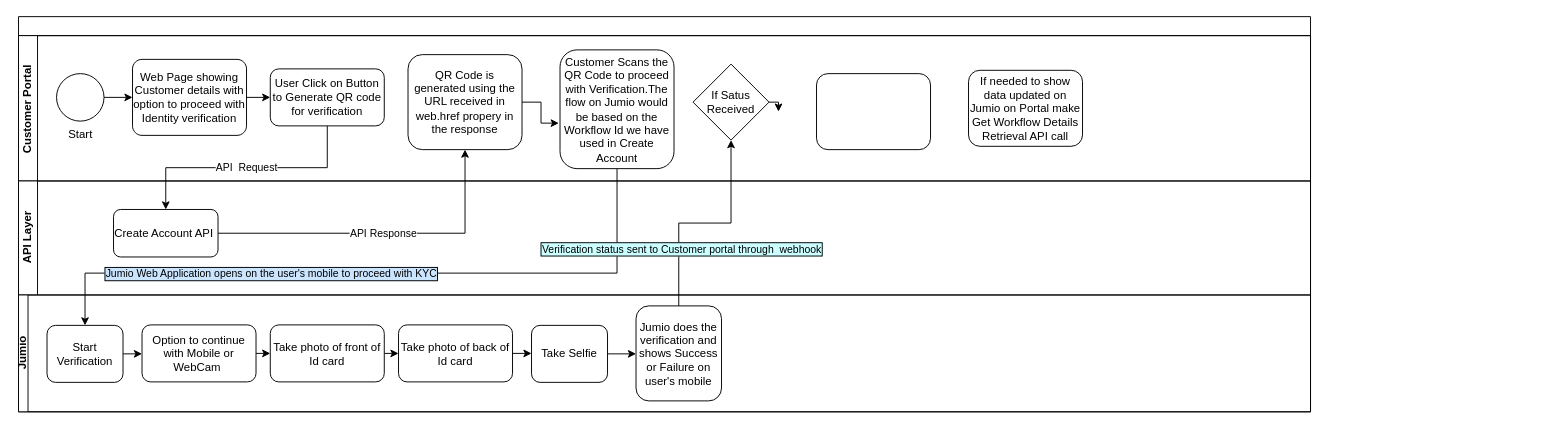
The draw.io diagram page "Page-1" (1 of 2) of Untitled Diagram.drawio in janmejayshah11/FirstRepo, before the edit. Source tidied: cells renumbered, new cells numbered last; positions are measured from the earlier drawing's top-left corner, leaving out a move shared by most shapes. Both pictures are drawn from the tidied source at 95%, with x=0, y=0 at pixel (18, 16).
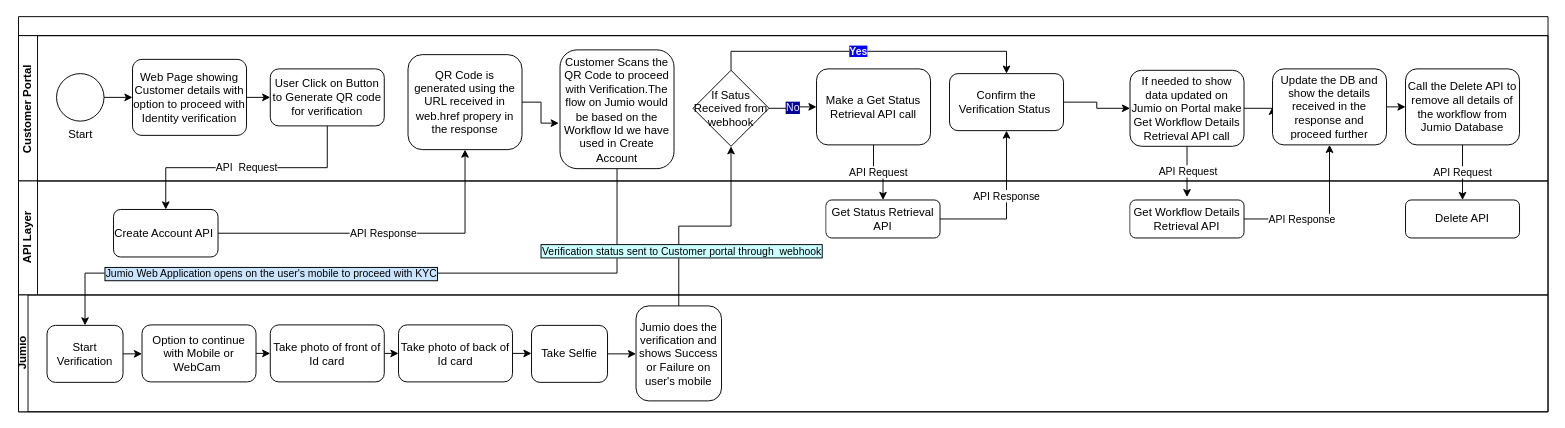
The same diagram, later.

What changed in the source:
```diff
@@
     <mxCell id="2" style="swimlane;html=1;horizontal=1;startSize=20;" parent="1" vertex="1">
-      <mxGeometry width="1360" height="416" as="geometry" />
+      <mxGeometry width="1610" height="416" as="geometry" />
     </mxCell>
@@
     <mxCell id="7" value="Customer Portal&amp;nbsp;" style="swimlane;html=1;startSize=20;horizontal=0;" parent="2" vertex="1">
-      <mxGeometry y="20" width="1360" height="153" as="geometry" />
+      <mxGeometry y="20" width="1610" height="153" as="geometry" />
     </mxCell>
@@
+    <mxCell id="36" value="No" style="edgeStyle=orthogonalEdgeStyle;rounded=0;jettySize=auto;html=1;exitX=1;exitY=0.5;exitDx=0;exitDy=0;entryX=0;entryY=0.5;entryDx=0;entryDy=0;labelBackgroundColor=#000099;fontColor=#F5F5F5;" parent="7" edge="1" source="16" target="40">
+      <mxGeometry relative="1" as="geometry" />
+    </mxCell>
-    <mxCell id="16" value="If Satus Received" style="rhombus;whiteSpace=wrap;html=1;labelBackgroundColor=none;labelBorderColor=none;" parent="7" vertex="1">
-      <mxGeometry x="710" y="30" width="80" height="80" as="geometry" />
+    <mxCell id="16" value="If Satus Received from webhook" style="rhombus;whiteSpace=wrap;html=1;labelBackgroundColor=none;labelBorderColor=none;" parent="7" vertex="1">
+      <mxGeometry x="710" y="36.5" width="80" height="80" as="geometry" />
     </mxCell>
+    <mxCell id="37" style="edgeStyle=orthogonalEdgeStyle;rounded=0;jettySize=auto;html=1;exitX=1;exitY=0.5;exitDx=0;exitDy=0;entryX=0;entryY=0.5;entryDx=0;entryDy=0;labelBackgroundColor=#FFFFFF;fontColor=#000000;" parent="7" edge="1" source="17" target="44">
+      <mxGeometry relative="1" as="geometry" />
+    </mxCell>
     <mxCell id="17" value="If needed to show data updated on Jumio on Portal make Get Workflow Details Retrieval API call" style="rounded=1;whiteSpace=wrap;html=1;labelBackgroundColor=none;labelBorderColor=none;" parent="7" vertex="1">
-      <mxGeometry x="1000" y="36.5" width="120" height="80" as="geometry" />
+      <mxGeometry x="1170" y="36.5" width="120" height="80" as="geometry" />
     </mxCell>
-    <mxCell id="18" style="rounded=1;whiteSpace=wrap;html=1;labelBackgroundColor=#3333FF;labelBorderColor=none;fontColor=#F5F5F5;" parent="7" vertex="1">
-      <mxGeometry x="840" y="40" width="120" height="80" as="geometry" />
-    </mxCell>
+    <mxCell id="38" style="edgeStyle=orthogonalEdgeStyle;rounded=0;jettySize=auto;html=1;exitX=0.5;exitY=0;exitDx=0;exitDy=0;fontColor=#F5F5F5;entryX=0.5;entryY=0;entryDx=0;entryDy=0;" parent="7" edge="1" source="16" target="42">
+      <mxGeometry relative="1" as="geometry" />
+    </mxCell>
+    <mxCell id="39" value="&lt;span style=&quot;background-color: rgb(0, 0, 255);&quot;&gt;&lt;b&gt;Yes&lt;/b&gt;&lt;/span&gt;" style="edgeLabel;html=1;align=center;verticalAlign=middle;fontColor=#F5F5F5;" parent="38" vertex="1">
+      <mxGeometry x="-0.08" relative="1" as="geometry" />
+    </mxCell>
+    <mxCell id="40" value="Make a Get Status Retrieval API call" style="rounded=1;whiteSpace=wrap;html=1;labelBackgroundColor=none;labelBorderColor=none;" parent="7" vertex="1">
+      <mxGeometry x="840" y="35" width="120" height="80" as="geometry" />
+    </mxCell>
+    <mxCell id="41" style="edgeStyle=orthogonalEdgeStyle;rounded=0;jettySize=auto;html=1;exitX=1;exitY=0.5;exitDx=0;exitDy=0;entryX=0;entryY=0.5;entryDx=0;entryDy=0;labelBackgroundColor=#FFFFFF;fontColor=#000000;" parent="7" edge="1" source="42" target="17">
+      <mxGeometry relative="1" as="geometry" />
+    </mxCell>
+    <mxCell id="42" value="Confirm the Verification Status&amp;nbsp;" style="rounded=1;whiteSpace=wrap;html=1;labelBackgroundColor=#FFFFFF;labelBorderColor=none;fontColor=#000000;" parent="7" vertex="1">
+      <mxGeometry x="980" y="40" width="120" height="60" as="geometry" />
+    </mxCell>
+    <mxCell id="43" style="edgeStyle=orthogonalEdgeStyle;rounded=0;jettySize=auto;html=1;exitX=1;exitY=0.5;exitDx=0;exitDy=0;entryX=0;entryY=0.5;entryDx=0;entryDy=0;labelBackgroundColor=#FFFFFF;fontColor=#000000;" parent="7" edge="1" source="44" target="45">
+      <mxGeometry relative="1" as="geometry" />
+    </mxCell>
+    <mxCell id="44" value="Update the DB and show the details received in the response and proceed further" style="rounded=1;whiteSpace=wrap;html=1;labelBackgroundColor=none;labelBorderColor=none;" parent="7" vertex="1">
+      <mxGeometry x="1320" y="35" width="120" height="80" as="geometry" />
+    </mxCell>
+    <mxCell id="45" value="Call the Delete API to remove all details of the workflow from Jumio Database" style="rounded=1;whiteSpace=wrap;html=1;labelBackgroundColor=none;labelBorderColor=none;" parent="7" vertex="1">
+      <mxGeometry x="1460" y="35" width="120" height="80" as="geometry" />
+    </mxCell>
     <mxCell id="19" value="API Layer" style="swimlane;html=1;startSize=20;horizontal=0;" parent="2" vertex="1">
-      <mxGeometry y="173" width="1360" height="120" as="geometry" />
+      <mxGeometry y="173" width="1610" height="120" as="geometry" />
     </mxCell>
@@
+    <mxCell id="46" value="Get Status Retrieval API" style="rounded=1;whiteSpace=wrap;html=1;labelBackgroundColor=#FFFFFF;labelBorderColor=none;fontColor=#000000;" parent="19" vertex="1">
+      <mxGeometry x="850" y="20" width="120" height="40" as="geometry" />
+    </mxCell>
+    <mxCell id="47" value="Get Workflow Details Retrieval API" style="rounded=1;whiteSpace=wrap;html=1;labelBackgroundColor=#FFFFFF;labelBorderColor=none;fontColor=#000000;" parent="19" vertex="1">
+      <mxGeometry x="1170" y="20" width="120" height="40" as="geometry" />
+    </mxCell>
+    <mxCell id="48" value="Delete API" style="rounded=1;whiteSpace=wrap;html=1;labelBackgroundColor=#FFFFFF;labelBorderColor=none;fontColor=#000000;" parent="19" vertex="1">
+      <mxGeometry x="1460" y="20" width="120" height="40" as="geometry" />
+    </mxCell>
     <mxCell id="21" value="Jumio" style="swimlane;html=1;startSize=10;horizontal=0;" parent="2" vertex="1">
-      <mxGeometry y="293" width="1360" height="123" as="geometry" />
+      <mxGeometry y="293" width="1610" height="123" as="geometry" />
     </mxCell>
@@
-    <mxCell id="35" style="edgeStyle=orthogonalEdgeStyle;rounded=0;jettySize=auto;html=1;exitX=1;exitY=0.5;exitDx=0;exitDy=0;fontColor=#F5F5F5;" parent="1" edge="1" source="16">
-      <mxGeometry relative="1" as="geometry">
-        <mxPoint x="800" y="100" as="targetPoint" />
-      </mxGeometry>
-    </mxCell>
+    <mxCell id="49" style="edgeStyle=orthogonalEdgeStyle;rounded=0;jettySize=auto;html=1;exitX=1;exitY=0.5;exitDx=0;exitDy=0;entryX=0.5;entryY=1;entryDx=0;entryDy=0;labelBackgroundColor=#000099;fontColor=#000000;" parent="2" edge="1" source="46" target="42">
+      <mxGeometry relative="1" as="geometry" />
+    </mxCell>
+    <mxCell id="50" value="API Response" style="edgeLabel;html=1;align=center;verticalAlign=middle;fontColor=#000000;" parent="49" vertex="1">
+      <mxGeometry x="0.16" y="1" relative="1" as="geometry" />
+    </mxCell>
+    <mxCell id="51" value="API Request" style="edgeStyle=orthogonalEdgeStyle;rounded=0;jettySize=auto;html=1;exitX=0.5;exitY=1;exitDx=0;exitDy=0;entryX=0.5;entryY=0;entryDx=0;entryDy=0;labelBackgroundColor=#FFFFFF;fontColor=#000000;" parent="2" edge="1" source="40" target="46">
+      <mxGeometry relative="1" as="geometry" />
+    </mxCell>
+    <mxCell id="52" style="edgeStyle=orthogonalEdgeStyle;rounded=0;jettySize=auto;html=1;exitX=1;exitY=0.5;exitDx=0;exitDy=0;entryX=0.5;entryY=1;entryDx=0;entryDy=0;labelBackgroundColor=#FFFFFF;fontColor=#000000;" parent="2" edge="1" source="47" target="44">
+      <mxGeometry relative="1" as="geometry" />
+    </mxCell>
+    <mxCell id="53" value="API Response" style="edgeLabel;html=1;align=center;verticalAlign=middle;fontColor=#000000;" parent="52" vertex="1">
+      <mxGeometry x="-0.28" relative="1" as="geometry" />
+    </mxCell>
+    <mxCell id="54" value="API Request" style="edgeStyle=orthogonalEdgeStyle;rounded=0;jettySize=auto;html=1;exitX=0.5;exitY=1;exitDx=0;exitDy=0;entryX=0.5;entryY=0;entryDx=0;entryDy=0;labelBackgroundColor=#FFFFFF;fontColor=#000000;" parent="2" edge="1" source="45" target="48">
+      <mxGeometry relative="1" as="geometry" />
+    </mxCell>
+    <mxCell id="55" value="API Request" style="edgeStyle=orthogonalEdgeStyle;rounded=0;jettySize=auto;html=1;exitX=0.5;exitY=1;exitDx=0;exitDy=0;labelBackgroundColor=#FFFFFF;fontColor=#000000;" parent="1" edge="1" source="17">
+      <mxGeometry relative="1" as="geometry">
+        <mxPoint x="1230" y="190" as="targetPoint" />
+      </mxGeometry>
+    </mxCell>
```
